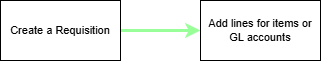
Above: Project-Management/Purchases.drawio.png in braintree-brainworx/Braintree-PPS-Cloud (draw.io), before the change. Source tidied: cells renumbered, new cells last; positions are measured from the earlier drawing's top-left corner, leaving out a move shared by most shapes.
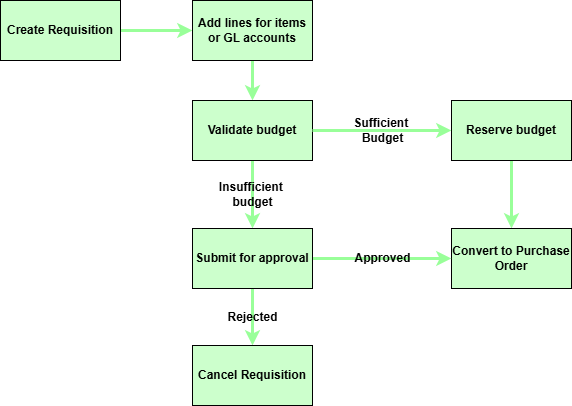
The same diagram one commit later.

Commit message:
purchase flow

The edit, as a diff of the source:
```diff
@@ -2,14 +2,47 @@
   <root>
     <mxCell id="0" />
     <mxCell id="1" parent="0" />
-    <mxCell id="2" style="edgeStyle=orthogonalEdgeStyle;shape=connector;rounded=1;html=1;strokeColor=#99FF99;strokeWidth=3;align=center;verticalAlign=middle;fontFamily=Helvetica;fontSize=11;fontColor=default;labelBackgroundColor=default;endArrow=classic;" parent="1" edge="1" source="3" target="4">
+    <mxCell id="2" style="edgeStyle=orthogonalEdgeStyle;shape=connector;rounded=1;html=1;strokeColor=#99FF99;strokeWidth=3;align=center;verticalAlign=middle;fontFamily=Helvetica;fontSize=12;fontColor=default;labelBackgroundColor=default;endArrow=classic;fontStyle=1;" parent="1" edge="1" source="3" target="4">
       <mxGeometry relative="1" as="geometry" />
     </mxCell>
-    <mxCell id="3" value="Create a Requisition" style="rounded=0;whiteSpace=wrap;html=1;fontFamily=Helvetica;fontSize=11;fontColor=default;labelBackgroundColor=default;" parent="1" vertex="1">
+    <mxCell id="3" value="Create Requisition" style="rounded=0;whiteSpace=wrap;html=1;fontFamily=Helvetica;fontSize=12;fontColor=default;labelBackgroundColor=none;fontStyle=1;fillStyle=solid;fillColor=#CCFFCC;" parent="1" vertex="1">
       <mxGeometry width="120" height="60" as="geometry" />
     </mxCell>
+    <mxCell id="5" style="edgeStyle=orthogonalEdgeStyle;shape=connector;rounded=1;html=1;strokeColor=#99FF99;strokeWidth=3;align=center;verticalAlign=middle;fontFamily=Helvetica;fontSize=12;fontColor=default;labelBackgroundColor=default;endArrow=classic;fontStyle=1;" parent="1" edge="1" source="4" target="7">
+      <mxGeometry relative="1" as="geometry" />
+    </mxCell>
-    <mxCell id="4" value="Add lines for items or GL accounts" style="rounded=0;whiteSpace=wrap;html=1;fontFamily=Helvetica;fontSize=11;fontColor=default;labelBackgroundColor=default;" parent="1" vertex="1">
-      <mxGeometry x="200" width="120" height="60" as="geometry" />
+    <mxCell id="4" value="Add lines for items or GL accounts" style="rounded=0;whiteSpace=wrap;html=1;fontFamily=Helvetica;fontSize=12;fontColor=default;labelBackgroundColor=none;fontStyle=1;fillStyle=solid;fillColor=#CCFFCC;" parent="1" vertex="1">
+      <mxGeometry x="192" width="120" height="60" as="geometry" />
     </mxCell>
+    <mxCell id="6" value="Insufficient&amp;nbsp;&lt;div&gt;budget&lt;/div&gt;" style="edgeStyle=orthogonalEdgeStyle;shape=connector;rounded=1;html=1;strokeColor=#99FF99;strokeWidth=3;align=center;verticalAlign=middle;fontFamily=Helvetica;fontSize=12;fontColor=default;labelBackgroundColor=none;endArrow=classic;fontStyle=1;" parent="1" edge="1" source="7" target="14">
+      <mxGeometry relative="1" as="geometry" />
+    </mxCell>
+    <mxCell id="7" value="Validate budget" style="whiteSpace=wrap;html=1;fontSize=12;rounded=0;labelBackgroundColor=none;fontStyle=1;fillStyle=solid;fillColor=#CCFFCC;" parent="1" vertex="1">
+      <mxGeometry x="192" y="100" width="120" height="60" as="geometry" />
+    </mxCell>
+    <mxCell id="8" value="Sufficient&amp;nbsp;&lt;div&gt;Budget&lt;/div&gt;" style="edgeStyle=orthogonalEdgeStyle;shape=connector;rounded=1;html=1;strokeColor=#99FF99;strokeWidth=3;align=center;verticalAlign=middle;fontFamily=Helvetica;fontSize=12;fontColor=default;labelBackgroundColor=none;endArrow=classic;exitX=1;exitY=0.5;exitDx=0;exitDy=0;fontStyle=1;" parent="1" edge="1" source="7" target="10">
+      <mxGeometry relative="1" as="geometry" />
+    </mxCell>
+    <mxCell id="9" style="edgeStyle=orthogonalEdgeStyle;shape=connector;rounded=1;html=1;strokeColor=#99FF99;strokeWidth=3;align=center;verticalAlign=middle;fontFamily=Helvetica;fontSize=12;fontColor=default;labelBackgroundColor=none;endArrow=classic;fontStyle=1;" parent="1" edge="1" source="10" target="11">
+      <mxGeometry relative="1" as="geometry" />
+    </mxCell>
+    <mxCell id="10" value="Reserve budget" style="whiteSpace=wrap;html=1;fontSize=12;rounded=0;labelBackgroundColor=none;fontStyle=1;fillStyle=solid;fillColor=#CCFFCC;" parent="1" vertex="1">
+      <mxGeometry x="451" y="100" width="120" height="60" as="geometry" />
+    </mxCell>
+    <mxCell id="11" value="Convert to Purchase Order" style="whiteSpace=wrap;html=1;fontSize=12;rounded=0;labelBackgroundColor=none;fontStyle=1;fillStyle=solid;fillColor=#CCFFCC;" parent="1" vertex="1">
+      <mxGeometry x="451" y="228" width="120" height="60" as="geometry" />
+    </mxCell>
+    <mxCell id="12" value="Rejected" style="edgeStyle=orthogonalEdgeStyle;shape=connector;rounded=1;html=1;strokeColor=#99FF99;strokeWidth=3;align=center;verticalAlign=middle;fontFamily=Helvetica;fontSize=12;fontColor=default;labelBackgroundColor=none;endArrow=classic;fontStyle=1;" parent="1" edge="1" source="14" target="15">
+      <mxGeometry relative="1" as="geometry" />
+    </mxCell>
+    <mxCell id="13" value="Approved" style="edgeStyle=orthogonalEdgeStyle;shape=connector;rounded=1;html=1;exitX=1;exitY=0.5;exitDx=0;exitDy=0;entryX=0;entryY=0.5;entryDx=0;entryDy=0;strokeColor=#99FF99;strokeWidth=3;align=center;verticalAlign=middle;fontFamily=Helvetica;fontSize=12;fontColor=default;labelBackgroundColor=none;endArrow=classic;fontStyle=1;" parent="1" edge="1" source="14" target="11">
+      <mxGeometry relative="1" as="geometry" />
+    </mxCell>
+    <mxCell id="14" value="Submit for approval" style="whiteSpace=wrap;html=1;fontSize=12;rounded=0;labelBackgroundColor=none;fontStyle=1;fillStyle=solid;fillColor=#CCFFCC;" parent="1" vertex="1">
+      <mxGeometry x="192" y="228" width="120" height="60" as="geometry" />
+    </mxCell>
+    <mxCell id="15" value="Cancel Requisition" style="whiteSpace=wrap;html=1;fontSize=12;rounded=0;labelBackgroundColor=none;fontStyle=1;fillStyle=solid;fillColor=#CCFFCC;" parent="1" vertex="1">
+      <mxGeometry x="192" y="345" width="120" height="60" as="geometry" />
+    </mxCell>
   </root>
 </mxGraphModel>
```
